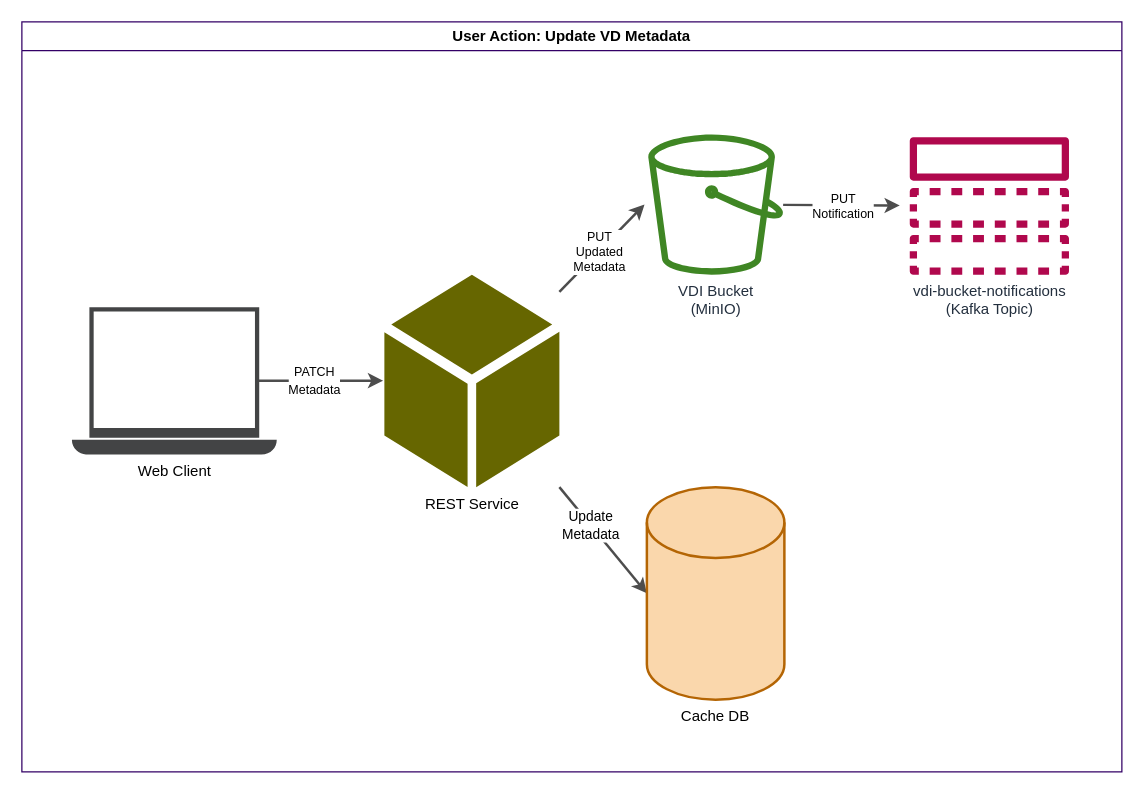
VEuPathDB/VDI keeps this draw.io diagram as page "user-action-update" (4 of 10) of docs/design/1.0/diagrams/vdi.drawio. Above is the earlier version. Source tidied: cells renumbered, new cells numbered last; positions are measured from the earlier drawing's top-left corner, leaving out a move shared by most shapes. Both pictures are drawn from the tidied source at 125%, with x=0, y=0 at pixel (21, 21).
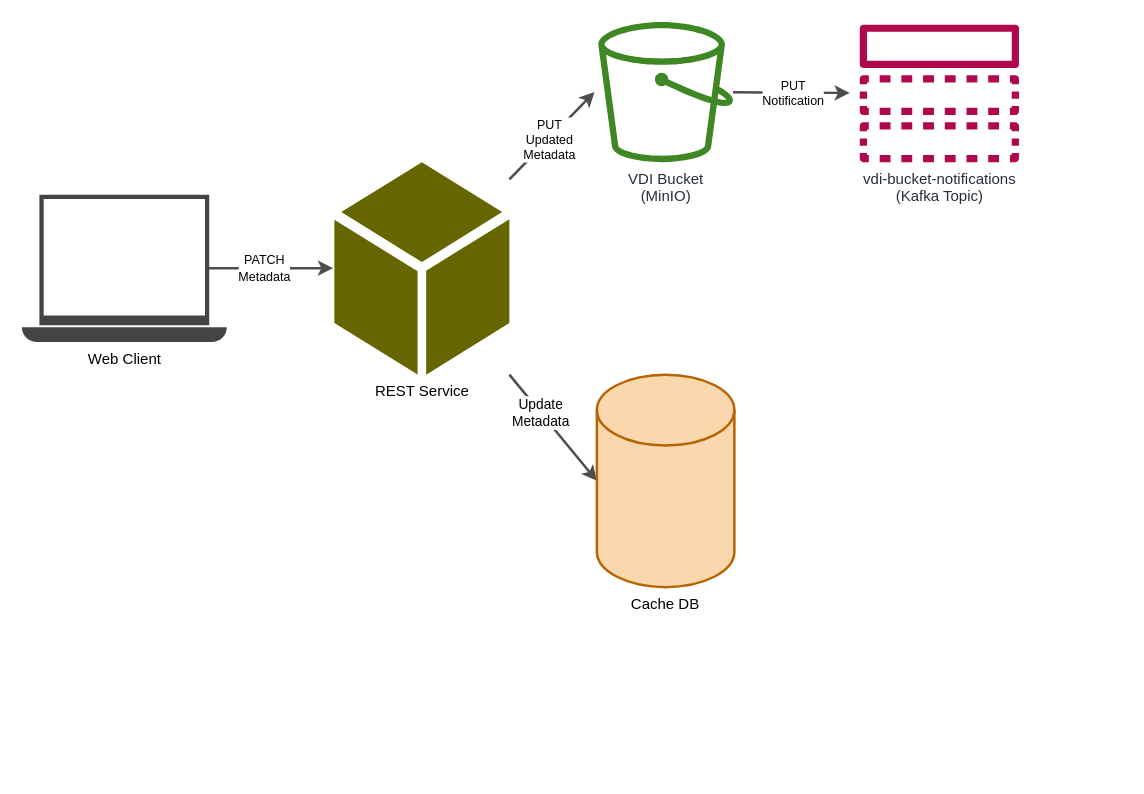
The same diagram, later.

The edit, as a diff of the source:
```diff
@@
 <mxGraphModel>
   <root>
     <mxCell id="0" />
     <mxCell id="1" parent="0" />
-    <mxCell id="2" value="User Action: Update VD Metadata" style="swimlane;whiteSpace=wrap;html=1;strokeColor=#330066;" parent="1" vertex="1">
-      <mxGeometry width="880" height="600" as="geometry" />
-    </mxCell>
-    <mxCell id="3" style="edgeStyle=none;rounded=0;orthogonalLoop=1;jettySize=auto;html=1;strokeColor=#4D4D4D;strokeWidth=2;targetPerimeterSpacing=8;" parent="2" edge="1">
-      <mxGeometry relative="1" as="geometry">
-        <mxPoint x="189" y="287" as="sourcePoint" />
-        <mxPoint x="289" y="287" as="targetPoint" />
-      </mxGeometry>
-    </mxCell>
+    <mxCell id="16" style="edgeStyle=none;rounded=0;orthogonalLoop=1;jettySize=auto;html=1;strokeColor=#4D4D4D;strokeWidth=2;targetPerimeterSpacing=8;" parent="1" edge="1">
+      <mxGeometry relative="1" as="geometry">
+        <mxPoint x="149" y="197" as="sourcePoint" />
+        <mxPoint x="249" y="197" as="targetPoint" />
+      </mxGeometry>
+    </mxCell>
-    <mxCell id="4" value="&lt;div&gt;&lt;font style=&quot;font-size: 10px;&quot;&gt;&lt;font style=&quot;font-size: 9px;&quot;&gt;&lt;font style=&quot;font-size: 10px;&quot;&gt;PATCH&lt;/font&gt;&lt;/font&gt;&lt;/font&gt;&lt;/div&gt;&lt;div&gt;&lt;font style=&quot;font-size: 10px;&quot;&gt;&lt;font style=&quot;font-size: 9px;&quot;&gt;&lt;font style=&quot;font-size: 10px;&quot;&gt;Metadata&lt;/font&gt;&lt;/font&gt;&lt;/font&gt;&lt;/div&gt;" style="edgeLabel;html=1;align=center;verticalAlign=middle;" parent="3" vertex="1">
+    <mxCell id="4" value="&lt;div&gt;&lt;font style=&quot;font-size: 10px;&quot;&gt;&lt;font style=&quot;font-size: 9px;&quot;&gt;&lt;font style=&quot;font-size: 10px;&quot;&gt;PATCH&lt;/font&gt;&lt;/font&gt;&lt;/font&gt;&lt;/div&gt;&lt;div&gt;&lt;font style=&quot;font-size: 10px;&quot;&gt;&lt;font style=&quot;font-size: 9px;&quot;&gt;&lt;font style=&quot;font-size: 10px;&quot;&gt;Metadata&lt;/font&gt;&lt;/font&gt;&lt;/font&gt;&lt;/div&gt;" style="edgeLabel;html=1;align=center;verticalAlign=middle;" parent="16" vertex="1">
       <mxGeometry x="-0.13" y="1" relative="1" as="geometry" />
     </mxCell>
-    <mxCell id="5" value="Web Client" style="sketch=0;shadow=0;dashed=0;html=1;strokeColor=none;fillColor=#434445;labelPosition=center;verticalLabelPosition=bottom;verticalAlign=top;align=center;shape=mxgraph.vvd.laptop;" parent="2" vertex="1">
-      <mxGeometry x="40" y="228.2" width="163.9" height="118" as="geometry" />
+    <mxCell id="5" value="Web Client" style="sketch=0;shadow=0;dashed=0;html=1;strokeColor=none;fillColor=#434445;labelPosition=center;verticalLabelPosition=bottom;verticalAlign=top;align=center;shape=mxgraph.vvd.laptop;" parent="1" vertex="1">
+      <mxGeometry y="138.2" width="163.9" height="118" as="geometry" />
     </mxCell>
-    <mxCell id="6" style="rounded=0;orthogonalLoop=1;jettySize=auto;html=1;strokeColor=#4D4D4D;strokeWidth=2;targetPerimeterSpacing=8;" parent="2" edge="1">
-      <mxGeometry relative="1" as="geometry">
-        <mxPoint x="430" y="216" as="sourcePoint" />
-        <mxPoint x="498.1" y="146.1" as="targetPoint" />
-      </mxGeometry>
-    </mxCell>
+    <mxCell id="17" style="rounded=0;orthogonalLoop=1;jettySize=auto;html=1;strokeColor=#4D4D4D;strokeWidth=2;targetPerimeterSpacing=8;" parent="1" edge="1">
+      <mxGeometry relative="1" as="geometry">
+        <mxPoint x="390" y="126" as="sourcePoint" />
+        <mxPoint x="458.1" y="56.1" as="targetPoint" />
+      </mxGeometry>
+    </mxCell>
-    <mxCell id="7" value="&lt;div&gt;PUT&lt;/div&gt;&lt;div&gt;Updated&lt;br&gt;&lt;/div&gt;&lt;div&gt;Metadata&lt;/div&gt;" style="edgeLabel;html=1;align=center;verticalAlign=middle;fontSize=10;" parent="6" vertex="1">
+    <mxCell id="7" value="&lt;div&gt;PUT&lt;/div&gt;&lt;div&gt;Updated&lt;br&gt;&lt;/div&gt;&lt;div&gt;Metadata&lt;/div&gt;" style="edgeLabel;html=1;align=center;verticalAlign=middle;fontSize=10;" parent="17" vertex="1">
       <mxGeometry x="-0.08" relative="1" as="geometry" />
     </mxCell>
-    <mxCell id="8" style="edgeStyle=none;rounded=0;jettySize=auto;html=1;strokeColor=#4D4D4D;strokeWidth=2;targetPerimeterSpacing=8;" parent="2" edge="1" source="10" target="11">
+    <mxCell id="8" style="edgeStyle=none;rounded=0;jettySize=auto;html=1;strokeColor=#4D4D4D;strokeWidth=2;targetPerimeterSpacing=8;" parent="1" edge="1" source="10" target="11">
       <mxGeometry relative="1" as="geometry" />
     </mxCell>
     <mxCell id="9" value="&lt;div&gt;PUT&lt;/div&gt;&lt;div&gt;Notification&lt;br&gt;&lt;/div&gt;" style="edgeLabel;html=1;align=center;verticalAlign=middle;fontSize=10;" parent="8" vertex="1">
       <mxGeometry x="-0.13" relative="1" as="geometry">
         <mxPoint x="7" as="offset" />
       </mxGeometry>
     </mxCell>
-    <mxCell id="10" value="VDI Bucket&lt;br&gt;(MinIO)" style="sketch=0;outlineConnect=0;fontColor=#232F3E;gradientColor=none;fillColor=#3F8624;strokeColor=none;dashed=0;verticalLabelPosition=bottom;verticalAlign=top;align=center;html=1;fontSize=12;fontStyle=0;shape=mxgraph.aws4.bucket;" parent="2" vertex="1">
-      <mxGeometry x="501.1" y="90" width="107.9" height="112.2" as="geometry" />
+    <mxCell id="10" value="VDI Bucket&lt;br&gt;(MinIO)" style="sketch=0;outlineConnect=0;fontColor=#232F3E;gradientColor=none;fillColor=#3F8624;strokeColor=none;dashed=0;verticalLabelPosition=bottom;verticalAlign=top;align=center;html=1;fontSize=12;fontStyle=0;shape=mxgraph.aws4.bucket;" parent="1" vertex="1">
+      <mxGeometry x="461.1" width="107.9" height="112.2" as="geometry" />
     </mxCell>
-    <mxCell id="11" value="vdi-bucket-notifications&lt;br&gt;(Kafka Topic)" style="sketch=0;outlineConnect=0;fontColor=#232F3E;gradientColor=none;fillColor=#B0084D;strokeColor=none;dashed=0;verticalLabelPosition=bottom;verticalAlign=top;align=center;html=1;fontSize=12;fontStyle=0;shape=mxgraph.aws4.topic;" parent="2" vertex="1">
-      <mxGeometry x="710" y="92.3" width="128" height="110" as="geometry" />
+    <mxCell id="11" value="vdi-bucket-notifications&lt;br&gt;(Kafka Topic)" style="sketch=0;outlineConnect=0;fontColor=#232F3E;gradientColor=none;fillColor=#B0084D;strokeColor=none;dashed=0;verticalLabelPosition=bottom;verticalAlign=top;align=center;html=1;fontSize=12;fontStyle=0;shape=mxgraph.aws4.topic;" parent="1" vertex="1">
+      <mxGeometry x="670" y="2.2" width="128" height="110" as="geometry" />
     </mxCell>
-    <mxCell id="12" style="edgeStyle=none;rounded=0;jettySize=auto;html=1;entryX=0;entryY=0.5;entryDx=0;entryDy=0;entryPerimeter=0;strokeColor=#4D4D4D;strokeWidth=2;" parent="2" edge="1" source="14" target="15">
+    <mxCell id="12" style="edgeStyle=none;rounded=0;jettySize=auto;html=1;entryX=0;entryY=0.5;entryDx=0;entryDy=0;entryPerimeter=0;strokeColor=#4D4D4D;strokeWidth=2;" parent="1" edge="1" source="14" target="15">
       <mxGeometry relative="1" as="geometry" />
     </mxCell>
     <mxCell id="13" value="Update&lt;br&gt;Metadata" style="edgeLabel;html=1;align=center;verticalAlign=middle;" parent="12" vertex="1">
       <mxGeometry x="-0.29" y="-1" relative="1" as="geometry" />
     </mxCell>
-    <mxCell id="14" value="REST Service" style="sketch=0;shadow=0;dashed=0;html=1;strokeColor=none;fillColor=#666600;labelPosition=center;verticalLabelPosition=bottom;verticalAlign=top;outlineConnect=0;align=center;shape=mxgraph.office.concepts.node_generic;" parent="2" vertex="1">
-      <mxGeometry x="290" y="202.2" width="140" height="170" as="geometry" />
+    <mxCell id="14" value="REST Service" style="sketch=0;shadow=0;dashed=0;html=1;strokeColor=none;fillColor=#666600;labelPosition=center;verticalLabelPosition=bottom;verticalAlign=top;outlineConnect=0;align=center;shape=mxgraph.office.concepts.node_generic;" parent="1" vertex="1">
+      <mxGeometry x="250" y="112.2" width="140" height="170" as="geometry" />
     </mxCell>
-    <mxCell id="15" value="Cache DB" style="strokeWidth=2;html=1;shape=mxgraph.flowchart.database;whiteSpace=wrap;labelPosition=center;verticalLabelPosition=bottom;align=center;verticalAlign=top;fillColor=#fad7ac;strokeColor=#b46504;" parent="2" vertex="1">
-      <mxGeometry x="500" y="372.2" width="110" height="170" as="geometry" />
+    <mxCell id="15" value="Cache DB" style="strokeWidth=2;html=1;shape=mxgraph.flowchart.database;whiteSpace=wrap;labelPosition=center;verticalLabelPosition=bottom;align=center;verticalAlign=top;fillColor=#fad7ac;strokeColor=#b46504;" parent="1" vertex="1">
+      <mxGeometry x="460" y="282.2" width="110" height="170" as="geometry" />
     </mxCell>
   </root>
 </mxGraphModel>
```
